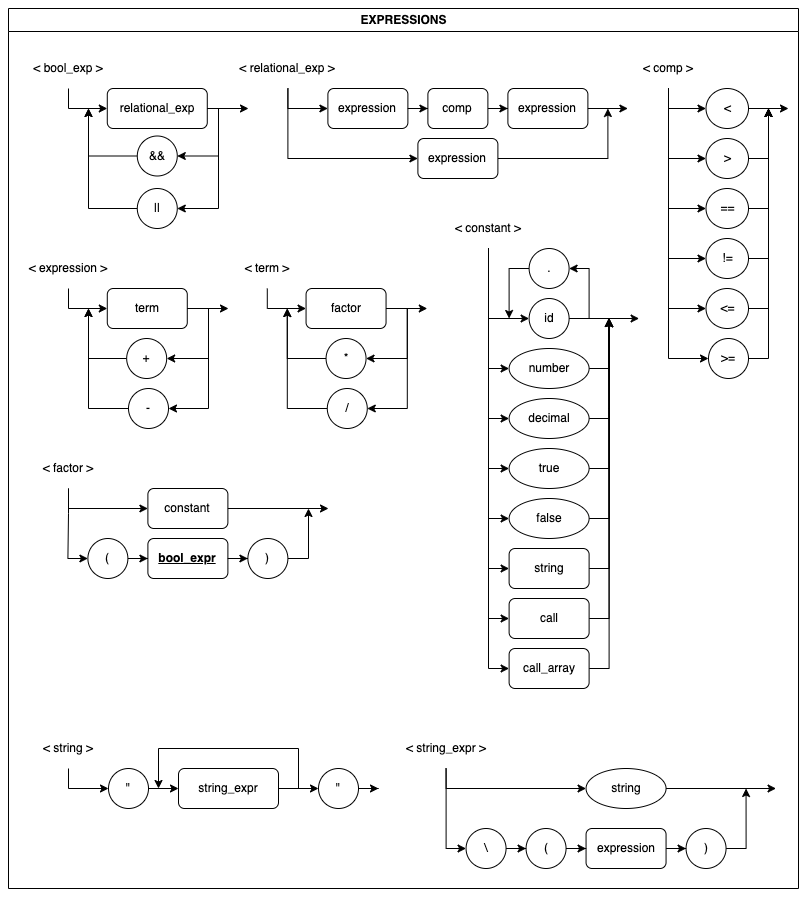
Earlier version of the draw.io export diagram/expressions.png (ricardomongza99/typeton). Source tidied: cells renumbered, new cells last; positions are measured from the earlier drawing's top-left corner, leaving out a move shared by most shapes.
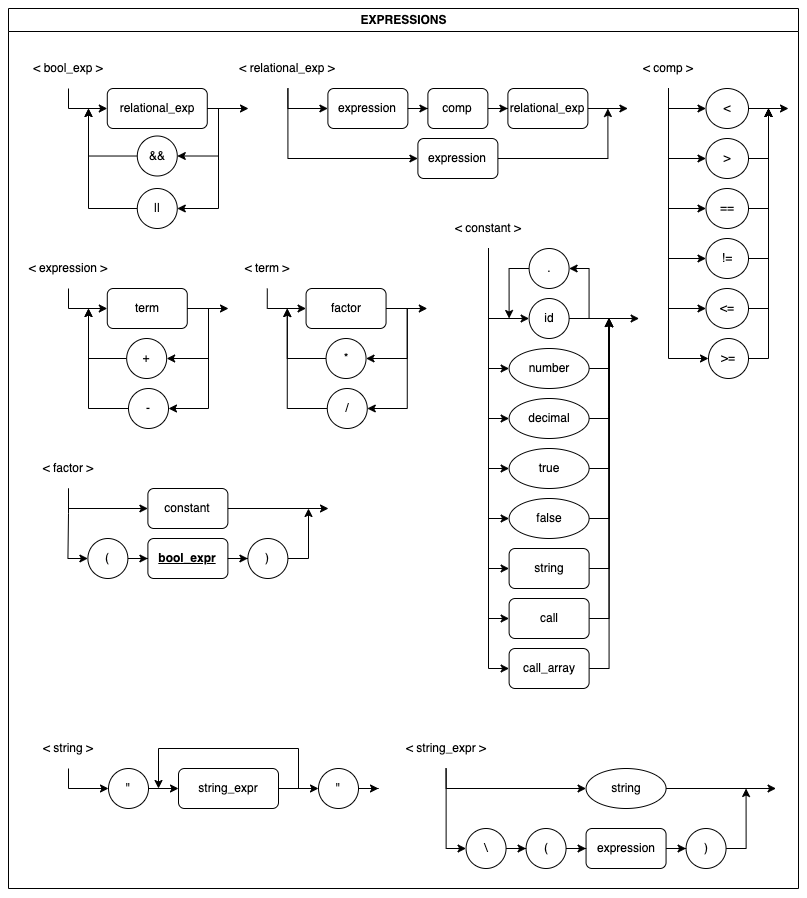
The same file after the commit.

The edit, as a diff of the source:
```diff
@@ -194,7 +194,7 @@
         </Array>
       </mxGeometry>
     </mxCell>
-    <mxCell id="51" value="expression" style="rounded=1;whiteSpace=wrap;html=1;" parent="2" vertex="1">
+    <mxCell id="51" value="relational_exp" style="rounded=1;whiteSpace=wrap;html=1;" parent="2" vertex="1">
       <mxGeometry x="499.4" y="80" width="80" height="40" as="geometry" />
     </mxCell>
     <mxCell id="52" style="edgeStyle=orthogonalEdgeStyle;rounded=0;jettySize=auto;html=1;entryX=0;entryY=0.5;entryDx=0;entryDy=0;" parent="2" edge="1" source="53" target="51">
```
